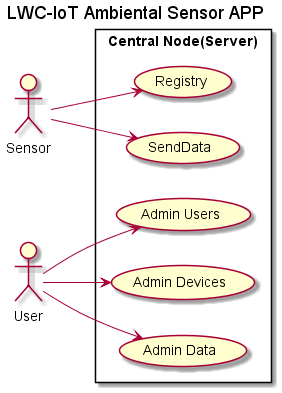
Before: out/DIAGRAMS/Cases/LWC-IoT Ambiental Sensor APP.png, a diagram exported from PlantUML (darketmaster/LWCIoTServer).
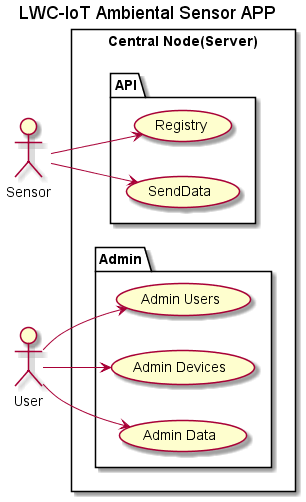
Later version of the same file.

Diff of the diagram source:
```diff
@@ -5,11 +5,15 @@
 actor "Sensor" as ss
 actor "User" as us
 rectangle "Central Node(Server)" {
-  usecase "Registry" as UC1
-  usecase "SendData" as UC2
-  usecase "Admin Users" as UC3
-  usecase "Admin Devices" as UC4
-  usecase "Admin Data" as UC5
+  package API{
+    usecase "Registry" as UC1
+    usecase "SendData" as UC2
+  }
+  package Admin{
+    usecase "Admin Users" as UC3
+    usecase "Admin Devices" as UC4
+    usecase "Admin Data" as UC5
+  }
 }
 ss --> UC1
 ss --> UC2
```
